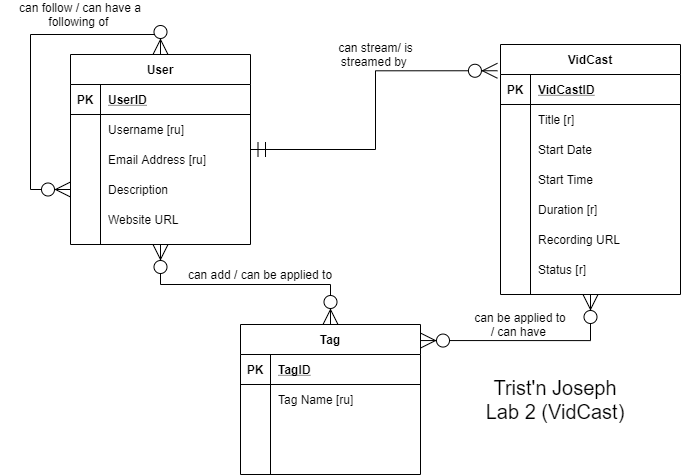
trisxcj1/SyracuseUniversity_IST659 keeps this draw.io diagram as Lab 2/Lab 02 - Conceptual Modeling (VidCast).png. Above is the earlier version. Source tidied: cells renumbered, new cells last; positions are measured from the earlier drawing's top-left corner, leaving out a move shared by most shapes.
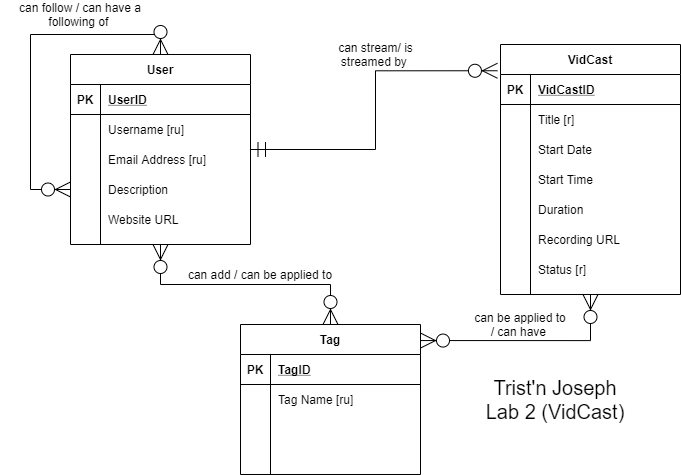
After the change.

What changed in the source:
```diff
@@ -155,7 +155,7 @@
     <mxCell id="50" style="shape=partialRectangle;fillColor=none;top=0;left=0;bottom=0;right=0;overflow=hidden;" parent="49" vertex="1">
       <mxGeometry width="30" height="30" as="geometry" />
     </mxCell>
-    <mxCell id="51" value="Duration [r]" style="shape=partialRectangle;fillColor=none;top=0;left=0;bottom=0;right=0;align=left;spacingLeft=6;overflow=hidden;" parent="49" vertex="1">
+    <mxCell id="51" value="Duration" style="shape=partialRectangle;fillColor=none;top=0;left=0;bottom=0;right=0;align=left;spacingLeft=6;overflow=hidden;" parent="49" vertex="1">
       <mxGeometry x="30" width="150" height="30" as="geometry" />
     </mxCell>
     <mxCell id="52" style="shape=partialRectangle;fillColor=none;top=0;left=0;bottom=0;right=0;" parent="36" vertex="1">
```
